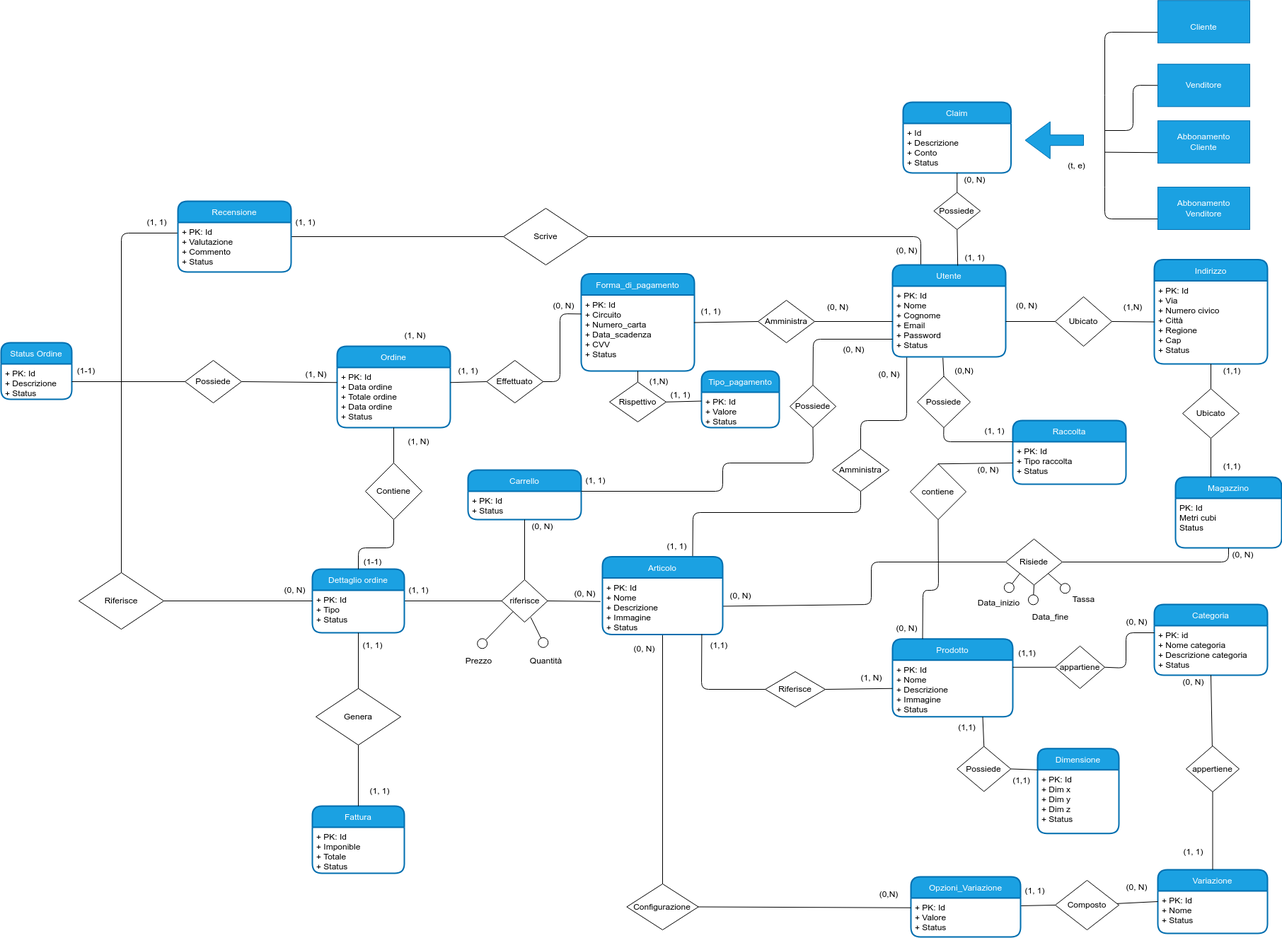
This is doc/schema_concettuale/schema_concettuale.png from EndriDomiUni/E-commerce, a draw.io export, as it was before one commit. Source tidied: cells renumbered, new cells last; positions are measured from the earlier drawing's top-left corner, leaving out a move shared by most shapes.
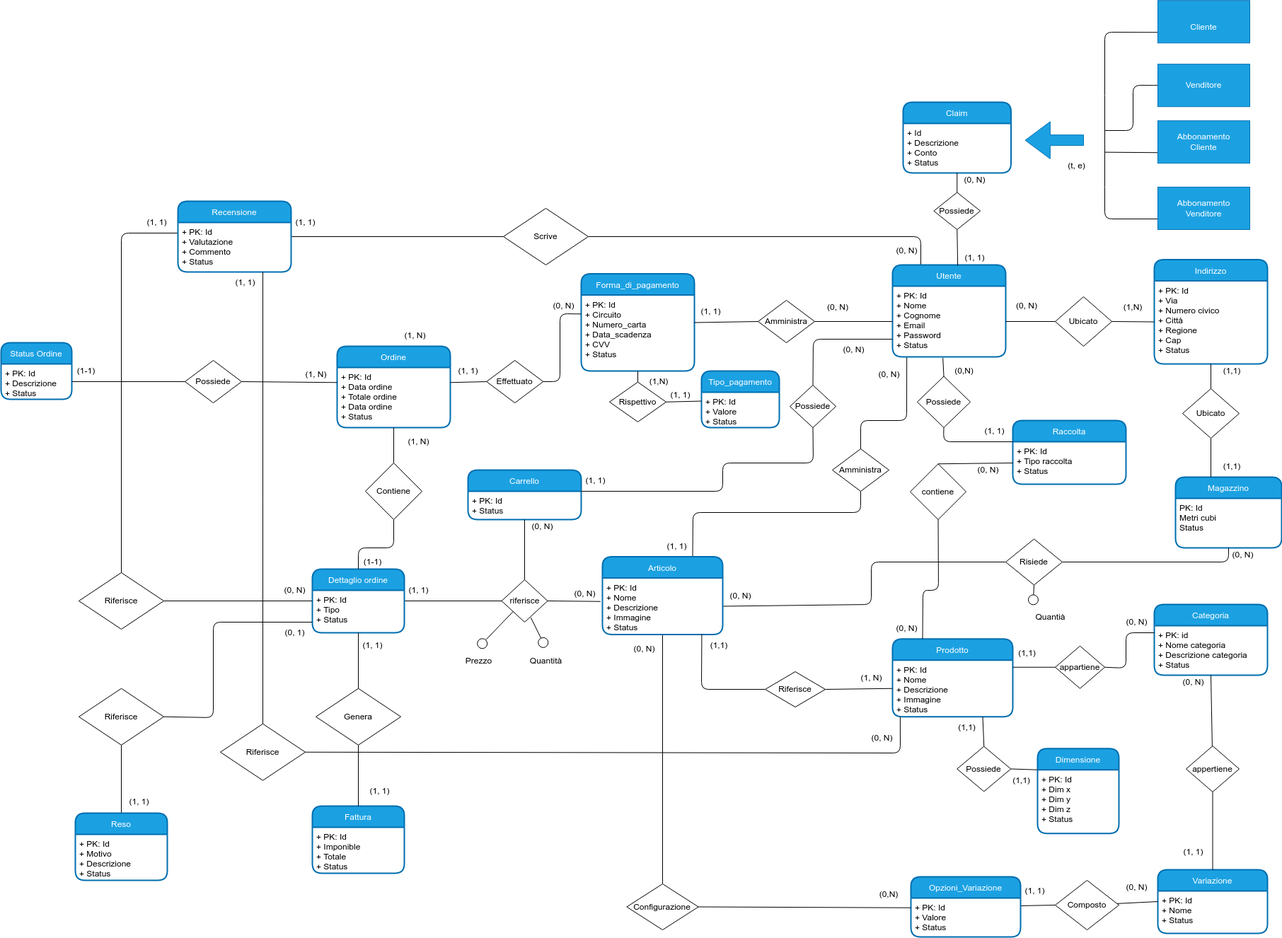
The same file after the commit.

Commit message:
Update schemas: add Reso in scheletro_finale, concettuale_finale, modello_logico_finale

Diff of the diagram source:
```diff
@@ -517,25 +517,9 @@
     <mxCell id="145" style="edgeStyle=none;html=1;endArrow=circle;endFill=0;exitX=0.5;exitY=1;exitDx=0;exitDy=0;entryX=0.158;entryY=-0.037;entryDx=0;entryDy=0;entryPerimeter=0;fontSize=12;" parent="1" edge="1" source="56" target="148">
       <mxGeometry relative="1" as="geometry" />
     </mxCell>
-    <mxCell id="146" style="edgeStyle=none;html=1;endArrow=circle;endFill=0;exitX=0;exitY=1;exitDx=0;exitDy=0;fontSize=12;" parent="1" edge="1" source="56">
-      <mxGeometry relative="1" as="geometry">
-        <mxPoint x="1420" y="836.5" as="targetPoint" />
-      </mxGeometry>
-    </mxCell>
-    <mxCell id="147" value="Data_inizio" style="text;html=1;align=center;verticalAlign=middle;strokeColor=none;fillColor=none;fontSize=12;" parent="1" vertex="1">
-      <mxGeometry x="1370" y="836.5" width="80" height="30" as="geometry" />
-    </mxCell>
-    <mxCell id="148" value="Data_fine" style="text;html=1;align=center;verticalAlign=middle;points=[];strokeColor=none;fillColor=none;fontSize=12;" parent="1" vertex="1">
+    <mxCell id="148" value="Quantià" style="text;html=1;align=center;verticalAlign=middle;points=[];strokeColor=none;fillColor=none;fontSize=12;" parent="1" vertex="1">
       <mxGeometry x="1447.5" y="856.5" width="70" height="30" as="geometry" />
     </mxCell>
-    <mxCell id="149" style="edgeStyle=none;html=1;endArrow=circle;endFill=0;exitX=1;exitY=1;exitDx=0;exitDy=0;fontSize=12;" parent="1" edge="1" source="56">
-      <mxGeometry relative="1" as="geometry">
-        <mxPoint x="1510" y="836.5" as="targetPoint" />
-      </mxGeometry>
-    </mxCell>
-    <mxCell id="150" value="Tassa" style="text;html=1;align=center;verticalAlign=middle;strokeColor=none;fillColor=none;fontSize=12;" parent="1" vertex="1">
-      <mxGeometry x="1505" y="831.5" width="50" height="30" as="geometry" />
-    </mxCell>
     <mxCell id="151" value="Ordine" style="swimlane;horizontal=1;startSize=30;rounded=1;fontSize=12;fontStyle=0;strokeWidth=2;shadow=0;dashed=0;align=center;fillColor=#1ba1e2;fontColor=#ffffff;strokeColor=#006EAF;" parent="1" vertex="1">
       <mxGeometry x="475" y="489" width="160" height="115" as="geometry" />
     </mxCell>
@@ -638,5 +622,50 @@
     <mxCell id="181" value="(1, 1)" style="text;html=1;align=center;verticalAlign=middle;strokeColor=none;fillColor=none;" parent="1" vertex="1">
       <mxGeometry x="510" y="1102.8" width="50" height="30" as="geometry" />
     </mxCell>
+    <mxCell id="182" style="edgeStyle=none;html=1;exitX=0.75;exitY=1;exitDx=0;exitDy=0;entryX=0.5;entryY=0;entryDx=0;entryDy=0;endArrow=none;endFill=0;" parent="1" edge="1" source="117" target="184">
+      <mxGeometry relative="1" as="geometry" />
+    </mxCell>
+    <mxCell id="183" style="edgeStyle=none;html=1;exitX=1;exitY=0.5;exitDx=0;exitDy=0;entryX=0.064;entryY=1.003;entryDx=0;entryDy=0;entryPerimeter=0;endArrow=none;endFill=0;" parent="1" edge="1" source="184" target="28">
+      <mxGeometry relative="1" as="geometry">
+        <Array as="points">
+          <mxPoint x="1271" y="1064" />
+        </Array>
+      </mxGeometry>
+    </mxCell>
+    <mxCell id="184" value="Riferisce" style="rhombus;whiteSpace=wrap;html=1;" parent="1" vertex="1">
+      <mxGeometry x="310" y="1022.8" width="120" height="80" as="geometry" />
+    </mxCell>
+    <mxCell id="185" value="(0, N)" style="text;html=1;align=center;verticalAlign=middle;strokeColor=none;fillColor=none;" parent="1" vertex="1">
+      <mxGeometry x="1220" y="1027.8" width="50" height="30" as="geometry" />
+    </mxCell>
+    <mxCell id="186" value="(1, 1)" style="text;html=1;align=center;verticalAlign=middle;strokeColor=none;fillColor=none;" parent="1" vertex="1">
+      <mxGeometry x="320" y="384" width="50" height="30" as="geometry" />
+    </mxCell>
+    <mxCell id="187" style="edgeStyle=none;html=1;endArrow=none;endFill=0;exitX=0;exitY=0.75;exitDx=0;exitDy=0;entryX=1;entryY=0.5;entryDx=0;entryDy=0;" parent="1" edge="1" source="83" target="188">
+      <mxGeometry relative="1" as="geometry">
+        <Array as="points">
+          <mxPoint x="300" y="879" />
+          <mxPoint x="300" y="1014" />
+        </Array>
+      </mxGeometry>
+    </mxCell>
+    <mxCell id="188" value="Riferisce" style="rhombus;whiteSpace=wrap;html=1;" parent="1" vertex="1">
+      <mxGeometry x="110" y="972.8" width="120" height="80" as="geometry" />
+    </mxCell>
+    <mxCell id="189" style="edgeStyle=none;html=1;entryX=0.5;entryY=1;entryDx=0;entryDy=0;endArrow=none;endFill=0;" parent="1" edge="1" source="190" target="188">
+      <mxGeometry relative="1" as="geometry" />
+    </mxCell>
+    <mxCell id="190" value="Reso" style="swimlane;horizontal=1;startSize=30;rounded=1;fontSize=12;fontStyle=0;strokeWidth=2;shadow=0;dashed=0;align=center;fillColor=#1ba1e2;fontColor=#ffffff;strokeColor=#006EAF;" parent="1" vertex="1">
+      <mxGeometry x="105" y="1149" width="130" height="95" as="geometry" />
+    </mxCell>
+    <mxCell id="191" value="+ PK: Id&#10;+ Motivo&#10;+ Descrizione&#10;+ Status" style="align=left;strokeColor=none;fillColor=none;spacingLeft=4;fontSize=12;verticalAlign=top;" parent="190" vertex="1">
+      <mxGeometry y="30" width="130" height="65" as="geometry" />
+    </mxCell>
+    <mxCell id="192" value="(1, 1)" style="text;html=1;align=center;verticalAlign=middle;strokeColor=none;fillColor=none;" parent="1" vertex="1">
+      <mxGeometry x="170" y="1118.4" width="50" height="30" as="geometry" />
+    </mxCell>
+    <mxCell id="193" value="(0, 1)" style="text;html=1;align=center;verticalAlign=middle;strokeColor=none;fillColor=none;" parent="1" vertex="1">
+      <mxGeometry x="390" y="879" width="50" height="30" as="geometry" />
+    </mxCell>
   </root>
 </mxGraphModel>
```
